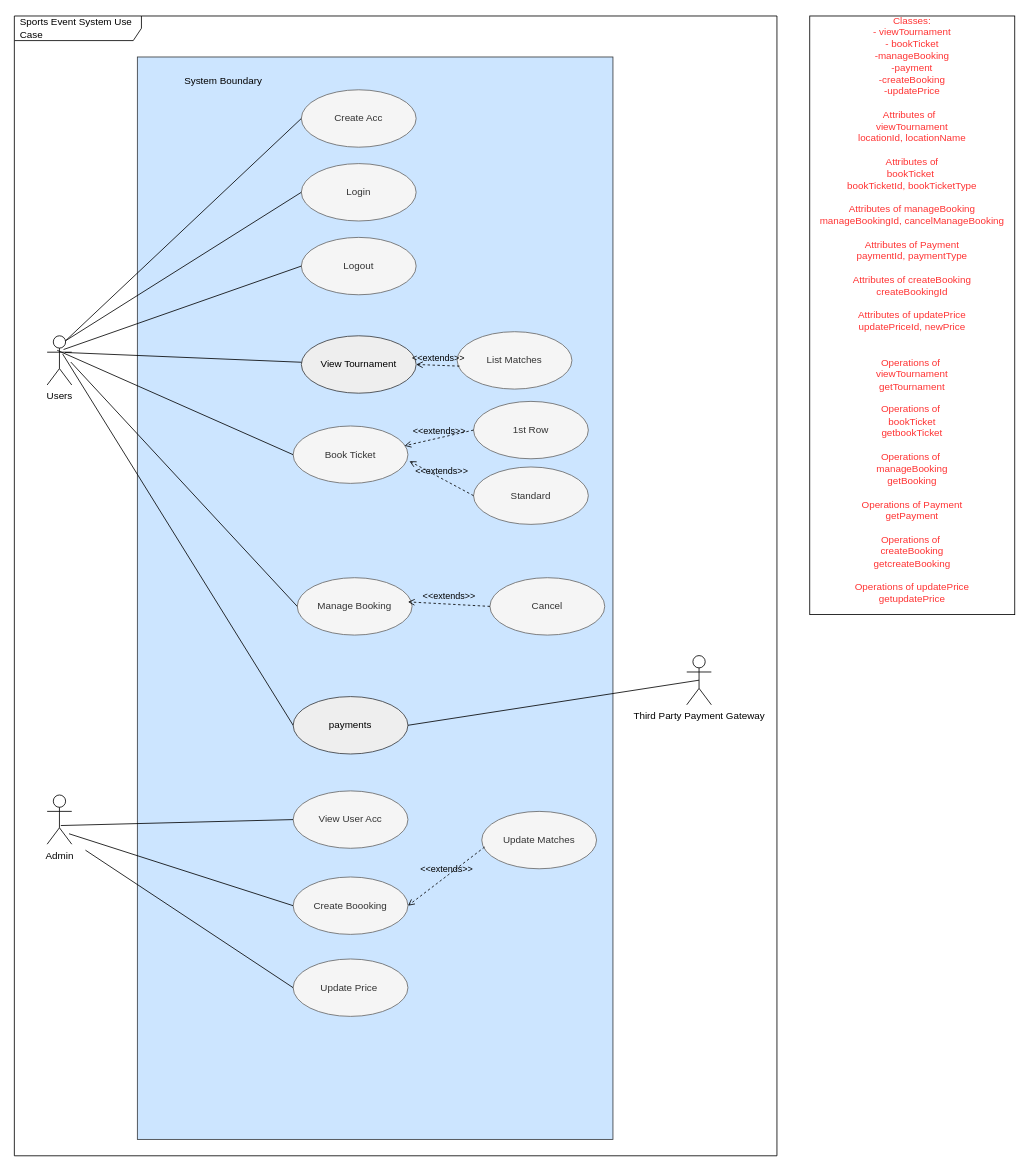
This is SES_Class.drawio from mlvl974/SportsEventSystem, a draw.io file, before an edit. Source tidied: cells renumbered, new cells numbered last; positions are measured from the earlier drawing's top-left corner, leaving out a move shared by most shapes. Both pictures are drawn from the tidied source at 82%, with x=0, y=0 at pixel (14, 16).
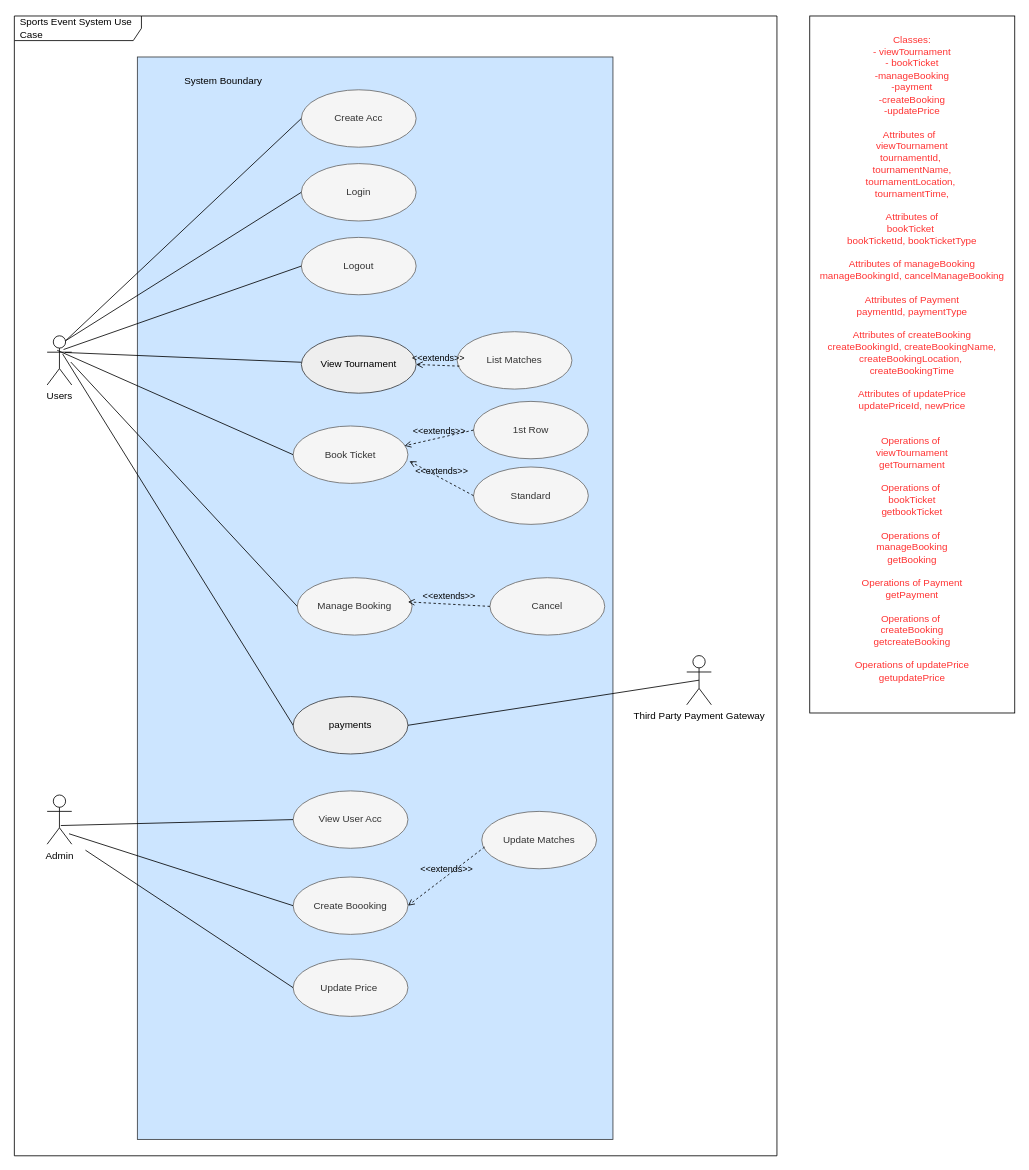
The same diagram, later.

Change to the diagram source:
```diff
@@
-    <mxCell id="39" value="&lt;div&gt;Classes:&lt;/div&gt;&lt;div&gt;-&lt;span&gt;&#9;&lt;/span&gt;viewTournament&lt;/div&gt;&lt;div&gt;-&lt;span&gt;&#9;&lt;/span&gt;bookTicket&lt;/div&gt;&lt;div&gt;-manageBooking&lt;/div&gt;&lt;div&gt;-payment&lt;/div&gt;&lt;div&gt;-createBooking&lt;/div&gt;&lt;div&gt;-updatePrice&lt;/div&gt;&lt;div&gt;&lt;br&gt;&lt;/div&gt;&lt;div&gt;Attributes of&amp;nbsp;&amp;nbsp;&lt;/div&gt;viewTournament&lt;div&gt;&lt;span&gt;locationId, locationName&lt;/span&gt;&lt;/div&gt;&lt;div&gt;&lt;br&gt;&lt;/div&gt;&lt;div&gt;Attributes of&lt;/div&gt;bookTicket&amp;nbsp;&lt;br&gt;bookTicket&lt;span&gt;Id,&amp;nbsp;&lt;/span&gt;bookTicketType&lt;br&gt;&lt;div&gt;&lt;br&gt;&lt;/div&gt;&lt;div&gt;&lt;div&gt;Attributes of&amp;nbsp;&lt;span&gt;manageBooking&lt;/span&gt;&lt;/div&gt;&lt;div&gt;&lt;span&gt;manageBookingId&lt;/span&gt;, cancelM&lt;span&gt;anageBooking&lt;/span&gt;&lt;/div&gt;&lt;/div&gt;&lt;div&gt;&lt;br&gt;&lt;/div&gt;&lt;div&gt;Attributes of Payment&lt;/div&gt;paymentId,&amp;nbsp;&lt;span&gt;paymentType&lt;/span&gt;&lt;br&gt;&lt;div&gt;&lt;br&gt;&lt;/div&gt;&lt;div&gt;&lt;div&gt;&lt;div&gt;Attributes of create&lt;span&gt;Booking&lt;/span&gt;&lt;/div&gt;&lt;div&gt;&lt;span&gt;createBooking&lt;/span&gt;&lt;span&gt;Id&lt;/span&gt;&lt;/div&gt;&lt;/div&gt;&lt;div&gt;&lt;br&gt;&lt;/div&gt;&lt;div&gt;Attributes of&amp;nbsp;&lt;span&gt;updatePrice&lt;/span&gt;&lt;/div&gt;updatePriceId, newPrice&lt;br&gt;&lt;/div&gt;&lt;div&gt;&lt;br&gt;&lt;/div&gt;&lt;div&gt;&lt;br&gt;&lt;/div&gt;&lt;div&gt;Operations of&amp;nbsp;&lt;/div&gt;viewTournament&lt;br&gt;&lt;span&gt;get&lt;/span&gt;Tournament&lt;br&gt;&lt;div&gt;&lt;br&gt;&lt;/div&gt;&lt;div&gt;Operations of&amp;nbsp;&lt;/div&gt;bookTicket&lt;div&gt;getbookTicket&lt;/div&gt;&lt;div&gt;&lt;br&gt;&lt;/div&gt;&lt;div&gt;&lt;div&gt;Operations of&amp;nbsp;&lt;/div&gt;manageBooking&lt;br&gt;getBooking&lt;/div&gt;&lt;div&gt;&lt;br&gt;&lt;/div&gt;&lt;div&gt;Operations of Payment&lt;/div&gt;&lt;div&gt;getPayment&lt;/div&gt;&lt;div&gt;&lt;br&gt;&lt;/div&gt;&lt;div&gt;&lt;div&gt;&lt;div&gt;Operations of&amp;nbsp;&lt;/div&gt;createBooking&lt;br&gt;getcreateBooking&lt;/div&gt;&lt;div&gt;&lt;br&gt;&lt;/div&gt;&lt;div&gt;Operations of&amp;nbsp;&lt;span&gt;updatePrice&lt;/span&gt;&lt;/div&gt;&lt;div&gt;get&lt;span&gt;updatePrice&lt;/span&gt;&lt;/div&gt;&lt;/div&gt;&lt;div&gt;&lt;br&gt;&lt;/div&gt;" style="rounded=0;whiteSpace=wrap;html=1;fontColor=#FF3333;" parent="1" vertex="1">
-      <mxGeometry x="970" width="250" height="730" as="geometry" />
+    <mxCell id="39" value="&lt;div&gt;Classes:&lt;/div&gt;&lt;div&gt;-&lt;span&gt;&#9;&lt;/span&gt;viewTournament&lt;/div&gt;&lt;div&gt;-&lt;span&gt;&#9;&lt;/span&gt;bookTicket&lt;/div&gt;&lt;div&gt;-manageBooking&lt;/div&gt;&lt;div&gt;-payment&lt;/div&gt;&lt;div&gt;-createBooking&lt;/div&gt;&lt;div&gt;-updatePrice&lt;/div&gt;&lt;div&gt;&lt;br&gt;&lt;/div&gt;&lt;div&gt;Attributes of&amp;nbsp;&amp;nbsp;&lt;/div&gt;viewTournament&lt;div&gt;&lt;span&gt;tournamentId,&amp;nbsp;&lt;/span&gt;&lt;/div&gt;&lt;div&gt;tournamentName,&lt;span&gt;&lt;br&gt;&lt;/span&gt;&lt;/div&gt;tournamentLocation&lt;span&gt;,&amp;nbsp;&lt;br&gt;&lt;/span&gt;tournamentTime,&lt;br&gt;&lt;div&gt;&lt;br&gt;&lt;/div&gt;&lt;div&gt;Attributes of&lt;/div&gt;bookTicket&amp;nbsp;&lt;br&gt;bookTicket&lt;span&gt;Id,&amp;nbsp;&lt;/span&gt;bookTicketType&lt;br&gt;&lt;div&gt;&lt;br&gt;&lt;/div&gt;&lt;div&gt;&lt;div&gt;Attributes of&amp;nbsp;&lt;span&gt;manageBooking&lt;/span&gt;&lt;/div&gt;&lt;div&gt;&lt;span&gt;manageBookingId&lt;/span&gt;, cancelM&lt;span&gt;anageBooking&lt;/span&gt;&lt;/div&gt;&lt;/div&gt;&lt;div&gt;&lt;br&gt;&lt;/div&gt;&lt;div&gt;Attributes of Payment&lt;/div&gt;paymentId,&amp;nbsp;&lt;span&gt;paymentType&lt;/span&gt;&lt;br&gt;&lt;div&gt;&lt;br&gt;&lt;/div&gt;&lt;div&gt;&lt;div&gt;&lt;div&gt;Attributes of create&lt;span&gt;Booking&lt;/span&gt;&lt;/div&gt;&lt;div&gt;&lt;span&gt;createBooking&lt;/span&gt;&lt;span&gt;Id,&amp;nbsp;&lt;/span&gt;&lt;span&gt;createBooking&lt;/span&gt;&lt;span&gt;Name,&lt;/span&gt;&lt;/div&gt;createBookingLocation,&amp;nbsp;&lt;br&gt;createBookingTime&lt;/div&gt;&lt;div&gt;&lt;br&gt;&lt;/div&gt;&lt;div&gt;Attributes of&amp;nbsp;&lt;span&gt;updatePrice&lt;/span&gt;&lt;/div&gt;updatePriceId, newPrice&lt;br&gt;&lt;/div&gt;&lt;div&gt;&lt;br&gt;&lt;/div&gt;&lt;div&gt;&lt;br&gt;&lt;/div&gt;&lt;div&gt;Operations of&amp;nbsp;&lt;/div&gt;viewTournament&lt;br&gt;&lt;span&gt;get&lt;/span&gt;Tournament&lt;br&gt;&lt;div&gt;&lt;br&gt;&lt;/div&gt;&lt;div&gt;Operations of&amp;nbsp;&lt;/div&gt;bookTicket&lt;div&gt;getbookTicket&lt;/div&gt;&lt;div&gt;&lt;br&gt;&lt;/div&gt;&lt;div&gt;&lt;div&gt;Operations of&amp;nbsp;&lt;/div&gt;manageBooking&lt;br&gt;getBooking&lt;/div&gt;&lt;div&gt;&lt;br&gt;&lt;/div&gt;&lt;div&gt;Operations of Payment&lt;/div&gt;&lt;div&gt;getPayment&lt;/div&gt;&lt;div&gt;&lt;br&gt;&lt;/div&gt;&lt;div&gt;&lt;div&gt;&lt;div&gt;Operations of&amp;nbsp;&lt;/div&gt;createBooking&lt;br&gt;getcreateBooking&lt;/div&gt;&lt;div&gt;&lt;br&gt;&lt;/div&gt;&lt;div&gt;Operations of&amp;nbsp;&lt;span&gt;updatePrice&lt;/span&gt;&lt;/div&gt;&lt;div&gt;get&lt;span&gt;updatePrice&lt;/span&gt;&lt;/div&gt;&lt;/div&gt;&lt;div&gt;&lt;br&gt;&lt;/div&gt;" style="rounded=0;whiteSpace=wrap;html=1;fontColor=#FF3333;" parent="1" vertex="1">
+      <mxGeometry x="970" width="250" height="850" as="geometry" />
     </mxCell>
```
